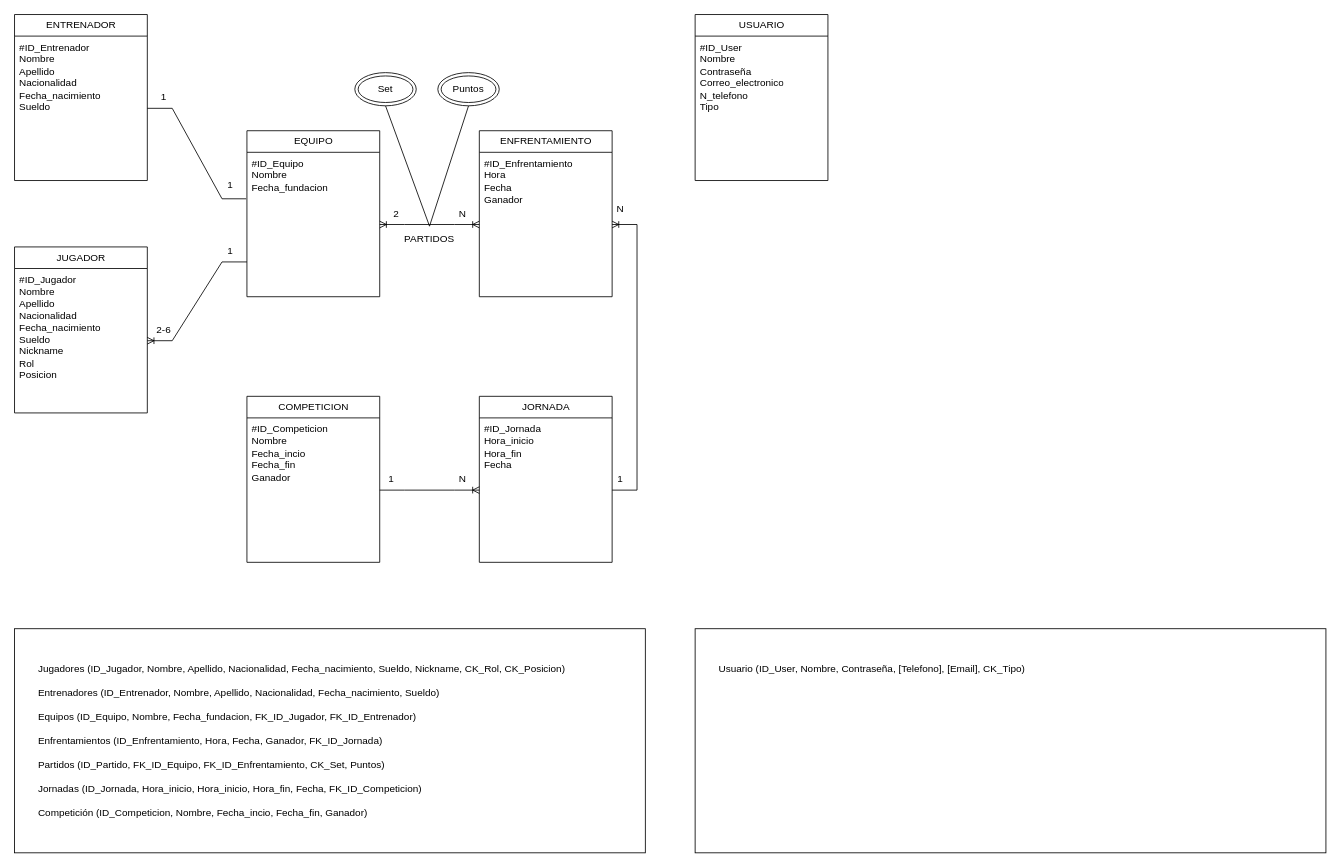
Earlier version of the draw.io diagram BBDD/Fase1/MER_G1_F1.drawio (oierbarron49018/RetoGrupo1). Source tidied: cells renumbered, new cells numbered last; positions are measured from the earlier drawing's top-left corner, leaving out a move shared by most shapes. Both pictures are drawn from the tidied source at 83%, with x=0, y=0 at pixel (14, 14).
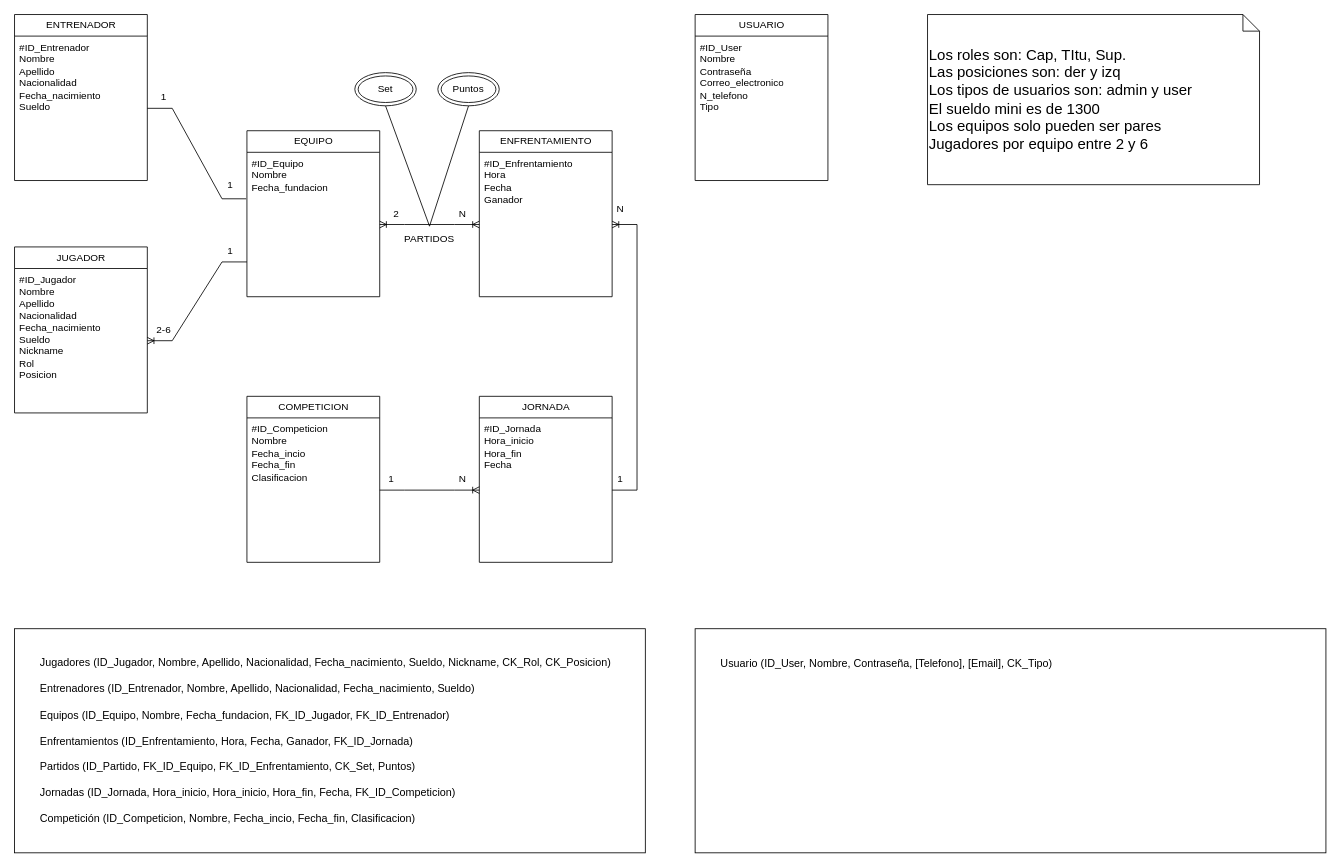
Above is the later version.

Commit message (it also covers changes not shown here):
MER y Realcional. Crear equipos, jugadores

Unchanged cells that the change refers to:
```xml
<mxCell id="10" value="COMPETICION" style="swimlane;fontStyle=0;horizontal=1;startSize=26;fillColor=none;html=1;" parent="1" vertex="1">
  <mxGeometry x="280" y="460" width="160" height="200" as="geometry" />
</mxCell>
```

What changed in the source:
```diff
@@
-    <mxCell id="11" value="#ID_Competicion&lt;div&gt;Nombre&lt;/div&gt;&lt;div&gt;Fecha_incio&lt;/div&gt;&lt;div&gt;Fecha_fin&lt;/div&gt;&lt;div&gt;Ganador&lt;/div&gt;" style="text;strokeColor=none;fillColor=none;align=left;verticalAlign=top;spacingLeft=4;spacingRight=4;overflow=hidden;points=[[0,0.5],[1,0.5]];portConstraint=eastwest;whiteSpace=wrap;html=1;" parent="10" vertex="1">
+    <mxCell id="11" value="#ID_Competicion&lt;div&gt;Nombre&lt;/div&gt;&lt;div&gt;Fecha_incio&lt;/div&gt;&lt;div&gt;Fecha_fin&lt;/div&gt;&lt;div&gt;Clasificacion&lt;/div&gt;" style="text;strokeColor=none;fillColor=none;align=left;verticalAlign=top;spacingLeft=4;spacingRight=4;overflow=hidden;points=[[0,0.5],[1,0.5]];portConstraint=eastwest;whiteSpace=wrap;html=1;" parent="10" vertex="1">
       <mxGeometry y="26" width="160" height="174" as="geometry" />
     </mxCell>
@@
-    <mxCell id="36" value="&lt;span style=&quot;white-space: pre;&quot;&gt;&#9;&lt;/span&gt;Jugadores (ID_Jugador, Nombre, Apellido, Nacionalidad, Fecha_nacimiento, Sueldo, Nickname, CK_Rol, CK_Posicion)&lt;div&gt;&lt;span style=&quot;white-space: pre;&quot;&gt;&#9;&lt;/span&gt;&lt;br&gt;&lt;/div&gt;&lt;div&gt;&lt;span style=&quot;white-space: pre;&quot;&gt;&#9;&lt;/span&gt;Entrenadores (ID_Entrenador, Nombre, Apellido, Nacionalidad, Fecha_nacimiento, Sueldo)&lt;br&gt;&lt;/div&gt;&lt;div&gt;&lt;span style=&quot;white-space: pre;&quot;&gt;&#9;&lt;/span&gt;&lt;br&gt;&lt;/div&gt;&lt;div&gt;&lt;span style=&quot;white-space: pre;&quot;&gt;&#9;&lt;/span&gt;Equipos (ID_Equipo, Nombre, Fecha_fundacion, FK_ID_Jugador, FK_ID_Entrenador)&lt;br&gt;&lt;/div&gt;&lt;div&gt;&lt;span style=&quot;white-space: pre;&quot;&gt;&#9;&lt;/span&gt;&lt;br&gt;&lt;/div&gt;&lt;div&gt;&lt;span style=&quot;white-space: pre;&quot;&gt;&#9;&lt;/span&gt;Enfrentamientos (ID_Enfrentamiento, Hora, Fecha, Ganador, FK_ID_Jornada)&lt;br&gt;&lt;/div&gt;&lt;div&gt;&lt;span style=&quot;white-space: pre;&quot;&gt;&#9;&lt;/span&gt;&lt;br&gt;&lt;/div&gt;&lt;div&gt;&lt;span style=&quot;white-space: pre;&quot;&gt;&#9;&lt;/span&gt;Partidos (ID_Partido, FK_ID_Equipo, FK_ID_Enfrentamiento, CK_Set, Puntos)&lt;br&gt;&lt;/div&gt;&lt;div&gt;&lt;span style=&quot;white-space: pre;&quot;&gt;&#9;&lt;/span&gt;&lt;br&gt;&lt;/div&gt;&lt;div&gt;&lt;span style=&quot;white-space: pre;&quot;&gt;&#9;&lt;/span&gt;Jornadas (ID_Jornada, Hora_inicio, Hora_inicio, Hora_fin, Fecha, FK_ID_Competicion)&lt;br&gt;&lt;/div&gt;&lt;div&gt;&lt;span style=&quot;white-space: pre;&quot;&gt;&#9;&lt;/span&gt;&lt;br&gt;&lt;/div&gt;&lt;div&gt;&lt;span style=&quot;white-space: pre;&quot;&gt;&#9;&lt;/span&gt;Competición (ID_Competicion, Nombre, Fecha_incio, Fecha_fin, Ganador)&lt;br&gt;&lt;/div&gt;" style="rounded=0;whiteSpace=wrap;html=1;align=left;" parent="1" vertex="1">
+    <mxCell id="36" value="&lt;font style=&quot;font-size: 13px;&quot;&gt;&lt;span style=&quot;white-space: pre;&quot;&gt;&#9;&lt;/span&gt;Jugadores (ID_Jugador, Nombre, Apellido, Nacionalidad, Fecha_nacimiento, Sueldo, Nickname, CK_Rol, CK_Posicion)&lt;/font&gt;&lt;div&gt;&lt;font style=&quot;font-size: 13px;&quot;&gt;&lt;span style=&quot;white-space: pre;&quot;&gt;&#9;&lt;/span&gt;&lt;br&gt;&lt;/font&gt;&lt;/div&gt;&lt;div&gt;&lt;font style=&quot;font-size: 13px;&quot;&gt;&lt;span style=&quot;white-space: pre;&quot;&gt;&#9;&lt;/span&gt;Entrenadores (ID_Entrenador, Nombre, Apellido, Nacionalidad, Fecha_nacimiento, Sueldo)&lt;br&gt;&lt;/font&gt;&lt;/div&gt;&lt;div&gt;&lt;font style=&quot;font-size: 13px;&quot;&gt;&lt;span style=&quot;white-space: pre;&quot;&gt;&#9;&lt;/span&gt;&lt;br&gt;&lt;/font&gt;&lt;/div&gt;&lt;div&gt;&lt;font style=&quot;font-size: 13px;&quot;&gt;&lt;span style=&quot;white-space: pre;&quot;&gt;&#9;&lt;/span&gt;Equipos (ID_Equipo, Nombre, Fecha_fundacion, FK_ID_Jugador, FK_ID_Entrenador)&lt;br&gt;&lt;/font&gt;&lt;/div&gt;&lt;div&gt;&lt;font style=&quot;font-size: 13px;&quot;&gt;&lt;span style=&quot;white-space: pre;&quot;&gt;&#9;&lt;/span&gt;&lt;br&gt;&lt;/font&gt;&lt;/div&gt;&lt;div&gt;&lt;font style=&quot;font-size: 13px;&quot;&gt;&lt;span style=&quot;white-space: pre;&quot;&gt;&#9;&lt;/span&gt;Enfrentamientos (ID_Enfrentamiento, Hora, Fecha, Ganador, FK_ID_Jornada)&lt;br&gt;&lt;/font&gt;&lt;/div&gt;&lt;div&gt;&lt;font style=&quot;font-size: 13px;&quot;&gt;&lt;span style=&quot;white-space: pre;&quot;&gt;&#9;&lt;/span&gt;&lt;br&gt;&lt;/font&gt;&lt;/div&gt;&lt;div&gt;&lt;font style=&quot;font-size: 13px;&quot;&gt;&lt;span style=&quot;white-space: pre;&quot;&gt;&#9;&lt;/span&gt;Partidos (ID_Partido, FK_ID_Equipo, FK_ID_Enfrentamiento, CK_Set, Puntos)&lt;br&gt;&lt;/font&gt;&lt;/div&gt;&lt;div&gt;&lt;font style=&quot;font-size: 13px;&quot;&gt;&lt;span style=&quot;white-space: pre;&quot;&gt;&#9;&lt;/span&gt;&lt;br&gt;&lt;/font&gt;&lt;/div&gt;&lt;div&gt;&lt;font style=&quot;font-size: 13px;&quot;&gt;&lt;span style=&quot;white-space: pre;&quot;&gt;&#9;&lt;/span&gt;Jornadas (ID_Jornada, Hora_inicio, Hora_inicio, Hora_fin, Fecha, FK_ID_Competicion)&lt;br&gt;&lt;/font&gt;&lt;/div&gt;&lt;div&gt;&lt;font style=&quot;font-size: 13px;&quot;&gt;&lt;span style=&quot;white-space: pre;&quot;&gt;&#9;&lt;/span&gt;&lt;br&gt;&lt;/font&gt;&lt;/div&gt;&lt;div&gt;&lt;font style=&quot;font-size: 13px;&quot;&gt;&lt;span style=&quot;white-space: pre;&quot;&gt;&#9;&lt;/span&gt;Competición (ID_Competicion, Nombre, Fecha_incio, Fecha_fin, Clasificacion)&lt;/font&gt;&lt;br&gt;&lt;/div&gt;" style="rounded=0;whiteSpace=wrap;html=1;align=left;" parent="1" vertex="1">
       <mxGeometry y="740" width="760" height="270" as="geometry" />
     </mxCell>
-    <mxCell id="37" value="&lt;div&gt;&lt;span style=&quot;background-color: transparent; color: light-dark(#000000, var(--ge-light-color, #ffffff));&quot;&gt;&lt;br&gt;&lt;/span&gt;&lt;/div&gt;&lt;span style=&quot;background-color: transparent; color: light-dark(#000000, var(--ge-light-color, #ffffff));&quot;&gt;&lt;span style=&quot;white-space: pre;&quot;&gt;&#9;&lt;/span&gt;Usuario (ID_User, Nombre, Contraseña, [Telefono], [Email], CK_Tipo)&lt;/span&gt;&lt;div&gt;&lt;div&gt;&lt;br&gt;&lt;div&gt;&lt;div&gt;&lt;span style=&quot;white-space: pre;&quot;&gt;&#9;&lt;/span&gt;&lt;br&gt;&lt;/div&gt;&lt;div&gt;&lt;span style=&quot;white-space: pre;&quot;&gt;&#9;&lt;/span&gt;&lt;/div&gt;&lt;div&gt;&lt;br&gt;&lt;/div&gt;&lt;div&gt;&lt;br&gt;&lt;/div&gt;&lt;div&gt;&lt;br&gt;&lt;/div&gt;&lt;div&gt;&lt;br&gt;&lt;/div&gt;&lt;div&gt;&lt;br&gt;&lt;/div&gt;&lt;div&gt;&lt;br&gt;&lt;/div&gt;&lt;div&gt;&lt;br&gt;&lt;/div&gt;&lt;div&gt;&lt;br&gt;&lt;/div&gt;&lt;div&gt;&lt;br&gt;&lt;/div&gt;&lt;div&gt;&lt;br&gt;&lt;/div&gt;&lt;/div&gt;&lt;/div&gt;&lt;/div&gt;" style="rounded=0;whiteSpace=wrap;html=1;align=left;" parent="1" vertex="1">
+    <mxCell id="37" value="&lt;div&gt;&lt;span style=&quot;background-color: transparent; color: light-dark(#000000, var(--ge-light-color, #ffffff));&quot;&gt;&lt;font style=&quot;font-size: 13px;&quot;&gt;&lt;br&gt;&lt;/font&gt;&lt;/span&gt;&lt;/div&gt;&lt;span style=&quot;background-color: transparent; color: light-dark(#000000, var(--ge-light-color, #ffffff));&quot;&gt;&lt;font style=&quot;font-size: 13px;&quot;&gt;&lt;span style=&quot;white-space: pre;&quot;&gt;&#9;&lt;/span&gt;Usuario (ID_User, Nombre, Contraseña, [Telefono], [Email], CK_Tipo)&lt;/font&gt;&lt;/span&gt;&lt;div&gt;&lt;div&gt;&lt;font style=&quot;font-size: 13px;&quot;&gt;&lt;br&gt;&lt;/font&gt;&lt;div&gt;&lt;div&gt;&lt;font style=&quot;font-size: 13px;&quot;&gt;&lt;span style=&quot;white-space: pre;&quot;&gt;&#9;&lt;/span&gt;&lt;br&gt;&lt;/font&gt;&lt;/div&gt;&lt;div&gt;&lt;span style=&quot;white-space: pre;&quot;&gt;&lt;font style=&quot;font-size: 13px;&quot;&gt;&#9;&lt;/font&gt;&lt;/span&gt;&lt;/div&gt;&lt;div&gt;&lt;font style=&quot;font-size: 13px;&quot;&gt;&lt;br&gt;&lt;/font&gt;&lt;/div&gt;&lt;div&gt;&lt;font style=&quot;font-size: 13px;&quot;&gt;&lt;br&gt;&lt;/font&gt;&lt;/div&gt;&lt;div&gt;&lt;font style=&quot;font-size: 13px;&quot;&gt;&lt;br&gt;&lt;/font&gt;&lt;/div&gt;&lt;div&gt;&lt;font style=&quot;font-size: 13px;&quot;&gt;&lt;br&gt;&lt;/font&gt;&lt;/div&gt;&lt;div&gt;&lt;font style=&quot;font-size: 13px;&quot;&gt;&lt;br&gt;&lt;/font&gt;&lt;/div&gt;&lt;div&gt;&lt;font style=&quot;font-size: 13px;&quot;&gt;&lt;br&gt;&lt;/font&gt;&lt;/div&gt;&lt;div&gt;&lt;font style=&quot;font-size: 13px;&quot;&gt;&lt;br&gt;&lt;/font&gt;&lt;/div&gt;&lt;div&gt;&lt;font style=&quot;font-size: 13px;&quot;&gt;&lt;br&gt;&lt;/font&gt;&lt;/div&gt;&lt;div&gt;&lt;font style=&quot;font-size: 13px;&quot;&gt;&lt;br&gt;&lt;/font&gt;&lt;/div&gt;&lt;div&gt;&lt;br&gt;&lt;/div&gt;&lt;/div&gt;&lt;/div&gt;&lt;/div&gt;" style="rounded=0;whiteSpace=wrap;html=1;align=left;" parent="1" vertex="1">
       <mxGeometry x="820" y="740" width="760" height="270" as="geometry" />
     </mxCell>
+    <mxCell id="38" value="&lt;font style=&quot;font-size: 18px;&quot;&gt;Los roles son: Cap, TItu, Sup.&amp;nbsp;&lt;/font&gt;&lt;div&gt;&lt;font style=&quot;font-size: 18px;&quot;&gt;Las posiciones son: der y izq&lt;/font&gt;&lt;/div&gt;&lt;div&gt;&lt;font style=&quot;font-size: 18px;&quot;&gt;Los tipos de usuarios son: admin y user&lt;/font&gt;&lt;/div&gt;&lt;div&gt;&lt;font style=&quot;font-size: 18px;&quot;&gt;El sueldo mini es de 1300&lt;/font&gt;&lt;/div&gt;&lt;div&gt;&lt;font style=&quot;font-size: 18px;&quot;&gt;Los equipos solo pueden ser pares&lt;/font&gt;&lt;/div&gt;&lt;div&gt;&lt;font style=&quot;font-size: 18px;&quot;&gt;Jugadores por equipo entre 2 y 6&lt;/font&gt;&lt;/div&gt;" style="shape=note;size=20;whiteSpace=wrap;html=1;align=left;" parent="1" vertex="1">
+      <mxGeometry x="1100" width="400" height="205" as="geometry" />
+    </mxCell>
```
